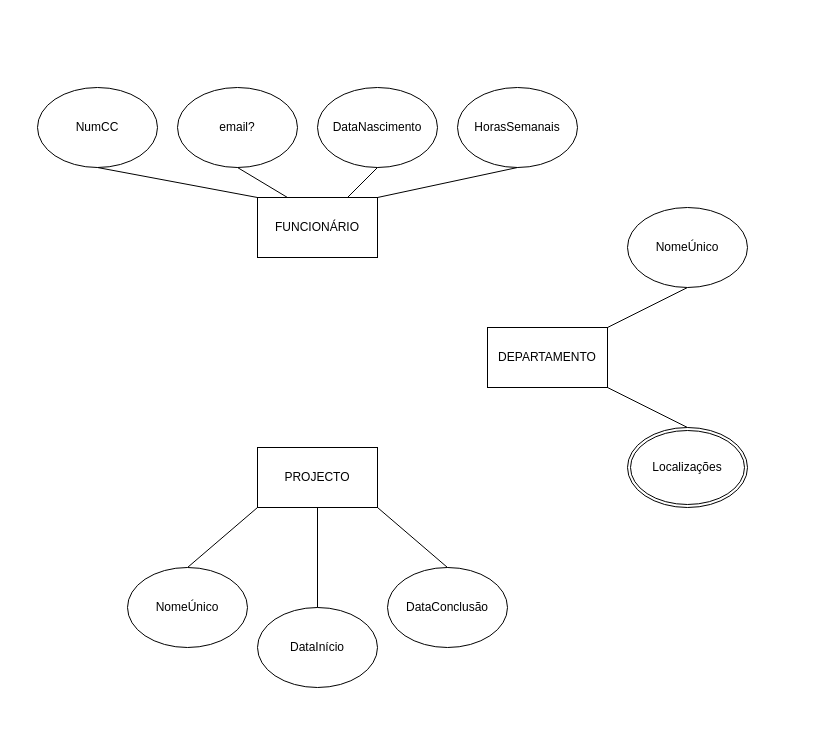
The draw.io diagram BD_Empresa.drawio in dabiditos/SistemasDeBasesDeDados, before the edit. Source tidied: cells renumbered, new cells numbered last; positions are measured from the earlier drawing's top-left corner, leaving out a move shared by most shapes. Both pictures are drawn from the tidied source at 100%, with x=0, y=0 at pixel (37, 87).
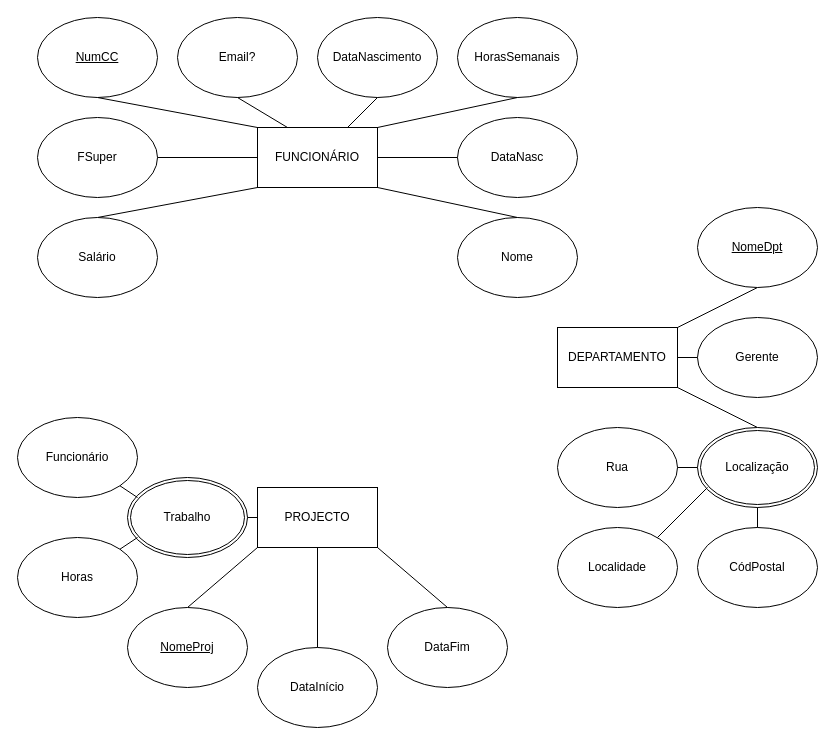
After the change.

The edit, as a diff of the source:
```diff
@@
     <mxCell id="2" value="FUNCIONÁRIO" style="rounded=0;whiteSpace=wrap;html=1;" parent="1" vertex="1">
-      <mxGeometry x="220" y="110" width="120" height="60" as="geometry" />
+      <mxGeometry x="220" y="40" width="120" height="60" as="geometry" />
     </mxCell>
-    <mxCell id="3" value="NumCC" style="ellipse;whiteSpace=wrap;html=1;" parent="1" vertex="1">
-      <mxGeometry width="120" height="80" as="geometry" />
+    <mxCell id="3" value="&lt;u&gt;NumCC&lt;/u&gt;" style="ellipse;whiteSpace=wrap;html=1;" parent="1" vertex="1">
+      <mxGeometry y="-70" width="120" height="80" as="geometry" />
     </mxCell>
-    <mxCell id="4" value="email?" style="ellipse;whiteSpace=wrap;html=1;" parent="1" vertex="1">
-      <mxGeometry x="140" width="120" height="80" as="geometry" />
+    <mxCell id="4" value="Email?" style="ellipse;whiteSpace=wrap;html=1;" parent="1" vertex="1">
+      <mxGeometry x="140" y="-70" width="120" height="80" as="geometry" />
     </mxCell>
     <mxCell id="5" value="DataNascimento" style="ellipse;whiteSpace=wrap;html=1;" parent="1" vertex="1">
-      <mxGeometry x="280" width="120" height="80" as="geometry" />
+      <mxGeometry x="280" y="-70" width="120" height="80" as="geometry" />
     </mxCell>
     <mxCell id="6" value="HorasSemanais" style="ellipse;whiteSpace=wrap;html=1;" parent="1" vertex="1">
-      <mxGeometry x="420" width="120" height="80" as="geometry" />
+      <mxGeometry x="420" y="-70" width="120" height="80" as="geometry" />
     </mxCell>
     <mxCell id="7" style="endArrow=none;html=1;rounded=0;entryX=0.5;entryY=1;entryDx=0;entryDy=0;" parent="1" edge="1" target="3">
       <mxGeometry relative="1" as="geometry">
-        <mxPoint x="220" y="110" as="sourcePoint" />
+        <mxPoint x="220" y="40" as="sourcePoint" />
       </mxGeometry>
     </mxCell>
     <mxCell id="8" style="endArrow=none;html=1;rounded=0;entryX=0.5;entryY=1;entryDx=0;entryDy=0;" parent="1" edge="1" target="4">
       <mxGeometry relative="1" as="geometry">
-        <mxPoint x="250" y="110" as="sourcePoint" />
+        <mxPoint x="250" y="40" as="sourcePoint" />
       </mxGeometry>
     </mxCell>
     <mxCell id="9" style="endArrow=none;html=1;rounded=0;entryX=0.5;entryY=1;entryDx=0;entryDy=0;" parent="1" edge="1" target="6">
       <mxGeometry relative="1" as="geometry">
-        <mxPoint x="340" y="110" as="sourcePoint" />
+        <mxPoint x="340" y="40" as="sourcePoint" />
       </mxGeometry>
     </mxCell>
     <mxCell id="10" style="endArrow=none;html=1;rounded=0;entryX=0.5;entryY=1;entryDx=0;entryDy=0;" parent="1" edge="1" target="5">
       <mxGeometry relative="1" as="geometry">
-        <mxPoint x="310" y="110" as="sourcePoint" />
+        <mxPoint x="310" y="40" as="sourcePoint" />
       </mxGeometry>
     </mxCell>
     <mxCell id="11" value="DEPARTAMENTO" style="rounded=0;whiteSpace=wrap;html=1;" parent="1" vertex="1">
-      <mxGeometry x="450" y="240" width="120" height="60" as="geometry" />
+      <mxGeometry x="520" y="240" width="120" height="60" as="geometry" />
     </mxCell>
     <mxCell id="12" style="endArrow=none;html=1;rounded=0;entryX=0.5;entryY=1;entryDx=0;entryDy=0;" parent="1" edge="1" target="13">
       <mxGeometry relative="1" as="geometry">
-        <mxPoint x="570" y="240" as="sourcePoint" />
+        <mxPoint x="640" y="240" as="sourcePoint" />
       </mxGeometry>
     </mxCell>
-    <mxCell id="13" value="NomeÚnico" style="ellipse;whiteSpace=wrap;html=1;" parent="1" vertex="1">
-      <mxGeometry x="590" y="120" width="120" height="80" as="geometry" />
+    <mxCell id="13" value="&lt;u&gt;NomeDpt&lt;/u&gt;" style="ellipse;whiteSpace=wrap;html=1;" parent="1" vertex="1">
+      <mxGeometry x="660" y="120" width="120" height="80" as="geometry" />
     </mxCell>
     <mxCell id="14" style="endArrow=none;html=1;rounded=0;entryX=0.5;entryY=0;entryDx=0;entryDy=0;exitX=1;exitY=1;exitDx=0;exitDy=0;" parent="1" edge="1" source="11">
       <mxGeometry relative="1" as="geometry">
-        <mxPoint x="650" y="340" as="targetPoint" />
+        <mxPoint x="720" y="340" as="targetPoint" />
       </mxGeometry>
     </mxCell>
     <mxCell id="15" value="PROJECTO" style="rounded=0;whiteSpace=wrap;html=1;" parent="1" vertex="1">
-      <mxGeometry x="220" y="360" width="120" height="60" as="geometry" />
+      <mxGeometry x="220" y="400" width="120" height="60" as="geometry" />
     </mxCell>
     <mxCell id="16" style="endArrow=none;html=1;rounded=0;exitX=0.5;exitY=0;exitDx=0;exitDy=0;" parent="1" edge="1" source="17">
       <mxGeometry relative="1" as="geometry">
-        <mxPoint x="220" y="420" as="targetPoint" />
+        <mxPoint x="220" y="460" as="targetPoint" />
       </mxGeometry>
     </mxCell>
-    <mxCell id="17" value="NomeÚnico" style="ellipse;whiteSpace=wrap;html=1;" parent="1" vertex="1">
-      <mxGeometry x="90" y="480" width="120" height="80" as="geometry" />
+    <mxCell id="17" value="&lt;u&gt;NomeProj&lt;/u&gt;" style="ellipse;whiteSpace=wrap;html=1;" parent="1" vertex="1">
+      <mxGeometry x="90" y="520" width="120" height="80" as="geometry" />
     </mxCell>
     <mxCell id="18" value="DataInício" style="ellipse;whiteSpace=wrap;html=1;" parent="1" vertex="1">
-      <mxGeometry x="220" y="520" width="120" height="80" as="geometry" />
+      <mxGeometry x="220" y="560" width="120" height="80" as="geometry" />
     </mxCell>
-    <mxCell id="19" value="DataConclusão" style="ellipse;whiteSpace=wrap;html=1;" parent="1" vertex="1">
-      <mxGeometry x="350" y="480" width="120" height="80" as="geometry" />
+    <mxCell id="19" value="DataFim" style="ellipse;whiteSpace=wrap;html=1;" parent="1" vertex="1">
+      <mxGeometry x="350" y="520" width="120" height="80" as="geometry" />
     </mxCell>
     <mxCell id="20" style="endArrow=none;html=1;rounded=0;exitX=0.5;exitY=0;exitDx=0;exitDy=0;" parent="1" edge="1" source="18">
       <mxGeometry relative="1" as="geometry">
-        <mxPoint x="280" y="420" as="targetPoint" />
+        <mxPoint x="280" y="460" as="targetPoint" />
       </mxGeometry>
     </mxCell>
     <mxCell id="21" style="endArrow=none;html=1;rounded=0;entryX=0.5;entryY=0;entryDx=0;entryDy=0;" parent="1" edge="1" target="19">
       <mxGeometry relative="1" as="geometry">
-        <mxPoint x="340" y="420" as="sourcePoint" />
+        <mxPoint x="340" y="460" as="sourcePoint" />
       </mxGeometry>
     </mxCell>
-    <mxCell id="22" value="Localizações" style="ellipse;shape=doubleEllipse;margin=3;whiteSpace=wrap;html=1;align=center;" parent="1" vertex="1">
-      <mxGeometry x="590" y="340" width="120" height="80" as="geometry" />
+    <mxCell id="22" value="Localização" style="ellipse;shape=doubleEllipse;margin=3;whiteSpace=wrap;html=1;align=center;" parent="1" vertex="1">
+      <mxGeometry x="660" y="340" width="120" height="80" as="geometry" />
     </mxCell>
+    <mxCell id="23" value="FSuper" style="ellipse;whiteSpace=wrap;html=1;" parent="1" vertex="1">
+      <mxGeometry y="30" width="120" height="80" as="geometry" />
+    </mxCell>
+    <mxCell id="24" style="endArrow=none;html=1;rounded=0;exitX=1;exitY=0.5;exitDx=0;exitDy=0;" parent="1" edge="1" source="23">
+      <mxGeometry relative="1" as="geometry">
+        <mxPoint x="220" y="70" as="targetPoint" />
+      </mxGeometry>
+    </mxCell>
+    <mxCell id="25" value="DataNasc" style="ellipse;whiteSpace=wrap;html=1;" parent="1" vertex="1">
+      <mxGeometry x="420" y="30" width="120" height="80" as="geometry" />
+    </mxCell>
+    <mxCell id="26" style="endArrow=none;html=1;rounded=0;entryX=0;entryY=0.5;entryDx=0;entryDy=0;" parent="1" edge="1" target="25">
+      <mxGeometry relative="1" as="geometry">
+        <mxPoint x="340" y="70" as="sourcePoint" />
+      </mxGeometry>
+    </mxCell>
+    <mxCell id="27" style="endArrow=none;html=1;rounded=0;exitX=0.5;exitY=0;exitDx=0;exitDy=0;" parent="1" edge="1" source="28">
+      <mxGeometry relative="1" as="geometry">
+        <mxPoint x="220" y="100" as="targetPoint" />
+      </mxGeometry>
+    </mxCell>
+    <mxCell id="28" value="Salário" style="ellipse;whiteSpace=wrap;html=1;" parent="1" vertex="1">
+      <mxGeometry y="130" width="120" height="80" as="geometry" />
+    </mxCell>
+    <mxCell id="29" value="Nome" style="ellipse;whiteSpace=wrap;html=1;" parent="1" vertex="1">
+      <mxGeometry x="420" y="130" width="120" height="80" as="geometry" />
+    </mxCell>
+    <mxCell id="30" style="endArrow=none;html=1;rounded=0;entryX=0.5;entryY=0;entryDx=0;entryDy=0;" parent="1" edge="1" target="29">
+      <mxGeometry relative="1" as="geometry">
+        <mxPoint x="340" y="100" as="sourcePoint" />
+      </mxGeometry>
+    </mxCell>
+    <mxCell id="31" value="Gerente" style="ellipse;whiteSpace=wrap;html=1;" parent="1" vertex="1">
+      <mxGeometry x="660" y="230" width="120" height="80" as="geometry" />
+    </mxCell>
+    <mxCell id="32" style="endArrow=none;html=1;rounded=0;entryX=0;entryY=0.5;entryDx=0;entryDy=0;" parent="1" edge="1" target="31">
+      <mxGeometry relative="1" as="geometry">
+        <mxPoint x="640" y="270" as="sourcePoint" />
+      </mxGeometry>
+    </mxCell>
+    <mxCell id="33" value="CódPostal" style="ellipse;whiteSpace=wrap;html=1;" parent="1" vertex="1">
+      <mxGeometry x="660" y="440" width="120" height="80" as="geometry" />
+    </mxCell>
+    <mxCell id="34" value="Localidade" style="ellipse;whiteSpace=wrap;html=1;" parent="1" vertex="1">
+      <mxGeometry x="520" y="440" width="120" height="80" as="geometry" />
+    </mxCell>
+    <mxCell id="35" value="Rua" style="ellipse;whiteSpace=wrap;html=1;" parent="1" vertex="1">
+      <mxGeometry x="520" y="340" width="120" height="80" as="geometry" />
+    </mxCell>
+    <mxCell id="36" style="endArrow=none;html=1;rounded=0;" parent="1" edge="1">
+      <mxGeometry relative="1" as="geometry">
+        <mxPoint x="620" y="450" as="sourcePoint" />
+        <mxPoint x="670" y="400" as="targetPoint" />
+      </mxGeometry>
+    </mxCell>
+    <mxCell id="37" style="endArrow=none;html=1;rounded=0;entryX=0;entryY=0.5;entryDx=0;entryDy=0;" parent="1" edge="1" target="22">
+      <mxGeometry relative="1" as="geometry">
+        <mxPoint x="640" y="380" as="sourcePoint" />
+      </mxGeometry>
+    </mxCell>
+    <mxCell id="38" style="endArrow=none;html=1;rounded=0;entryX=0.5;entryY=1;entryDx=0;entryDy=0;" parent="1" edge="1" target="22">
+      <mxGeometry relative="1" as="geometry">
+        <mxPoint x="720" y="440" as="sourcePoint" />
+      </mxGeometry>
+    </mxCell>
+    <mxCell id="39" value="Trabalho" style="ellipse;shape=doubleEllipse;margin=3;whiteSpace=wrap;html=1;align=center;" parent="1" vertex="1">
+      <mxGeometry x="90" y="390" width="120" height="80" as="geometry" />
+    </mxCell>
+    <mxCell id="40" value="Funcionário" style="ellipse;whiteSpace=wrap;html=1;" parent="1" vertex="1">
+      <mxGeometry x="-20" y="330" width="120" height="80" as="geometry" />
+    </mxCell>
+    <mxCell id="41" value="Horas" style="ellipse;whiteSpace=wrap;html=1;" parent="1" vertex="1">
+      <mxGeometry x="-20" y="450" width="120" height="80" as="geometry" />
+    </mxCell>
+    <mxCell id="42" style="endArrow=none;html=1;rounded=0;entryX=1;entryY=1;entryDx=0;entryDy=0;" parent="1" edge="1" target="40">
+      <mxGeometry relative="1" as="geometry">
+        <mxPoint x="100" y="410" as="sourcePoint" />
+      </mxGeometry>
+    </mxCell>
+    <mxCell id="43" style="endArrow=none;html=1;rounded=0;exitX=1;exitY=0;exitDx=0;exitDy=0;" parent="1" edge="1" source="41">
+      <mxGeometry relative="1" as="geometry">
+        <mxPoint x="100" y="450" as="targetPoint" />
+      </mxGeometry>
+    </mxCell>
+    <mxCell id="44" style="endArrow=none;html=1;rounded=0;entryX=0;entryY=0.5;entryDx=0;entryDy=0;" parent="1" edge="1" target="15">
+      <mxGeometry relative="1" as="geometry">
+        <mxPoint x="210" y="430" as="sourcePoint" />
+      </mxGeometry>
+    </mxCell>
```
